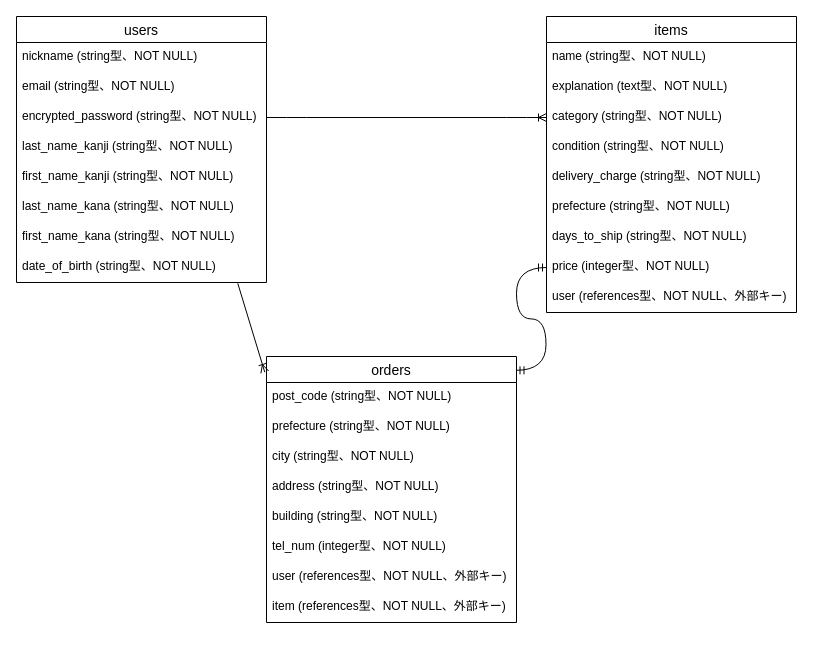
Before: furima.dio in KoDy-Kodemari/furima-38028, a draw.io diagram. Source tidied: cells renumbered, new cells numbered last; positions are measured from the earlier drawing's top-left corner, leaving out a move shared by most shapes. Both pictures are drawn from the tidied source at 100%, with x=0, y=0 at pixel (16, 16).
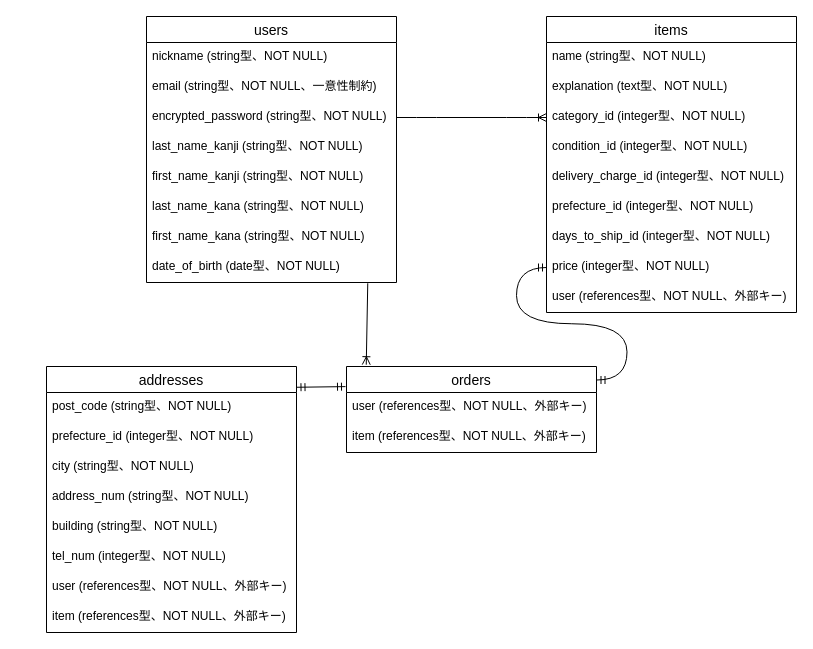
The same page after the edit.

The change refers to these unchanged cells:
```xml
<mxCell id="11" value="items" style="swimlane;fontStyle=0;horizontal=1;startSize=26;align=center;fontSize=14;" parent="1" vertex="1">
  <mxGeometry x="530" width="250" height="296" as="geometry" />
</mxCell>
```

Change to the diagram source:
```diff
@@
     <mxCell id="2" value="users" style="swimlane;fontStyle=0;horizontal=1;startSize=26;align=center;fontSize=14;" parent="1" vertex="1">
-      <mxGeometry width="250" height="266" as="geometry" />
+      <mxGeometry x="130" width="250" height="266" as="geometry" />
     </mxCell>
@@
-    <mxCell id="4" value="email (string型、NOT NULL)" style="text;strokeColor=none;fillColor=none;spacingLeft=4;spacingRight=4;overflow=hidden;fontSize=12;" parent="2" vertex="1">
+    <mxCell id="4" value="email (string型、NOT NULL、一意性制約)" style="text;strokeColor=none;fillColor=none;spacingLeft=4;spacingRight=4;overflow=hidden;fontSize=12;" parent="2" vertex="1">
       <mxGeometry y="56" width="250" height="30" as="geometry" />
     </mxCell>
@@
-    <mxCell id="10" value="date_of_birth (string型、NOT NULL)" style="text;strokeColor=none;fillColor=none;spacingLeft=4;spacingRight=4;overflow=hidden;points=[[0,0.5],[1,0.5]];portConstraint=eastwest;fontSize=12;" parent="2" vertex="1">
+    <mxCell id="10" value="date_of_birth (date型、NOT NULL)" style="text;strokeColor=none;fillColor=none;spacingLeft=4;spacingRight=4;overflow=hidden;points=[[0,0.5],[1,0.5]];portConstraint=eastwest;fontSize=12;" parent="2" vertex="1">
       <mxGeometry y="236" width="250" height="30" as="geometry" />
     </mxCell>
@@
-    <mxCell id="14" value="category (string型、NOT NULL)" style="text;strokeColor=none;fillColor=none;spacingLeft=4;spacingRight=4;overflow=hidden;points=[[0,0.5],[1,0.5]];portConstraint=eastwest;fontSize=12;" parent="11" vertex="1">
+    <mxCell id="14" value="category_id (integer型、NOT NULL)" style="text;strokeColor=none;fillColor=none;spacingLeft=4;spacingRight=4;overflow=hidden;points=[[0,0.5],[1,0.5]];portConstraint=eastwest;fontSize=12;" parent="11" vertex="1">
       <mxGeometry y="86" width="250" height="30" as="geometry" />
     </mxCell>
-    <mxCell id="15" value="condition (string型、NOT NULL)" style="text;strokeColor=none;fillColor=none;spacingLeft=4;spacingRight=4;overflow=hidden;fontSize=12;" parent="11" vertex="1">
+    <mxCell id="15" value="condition_id (integer型、NOT NULL)" style="text;strokeColor=none;fillColor=none;spacingLeft=4;spacingRight=4;overflow=hidden;fontSize=12;" parent="11" vertex="1">
       <mxGeometry y="116" width="250" height="30" as="geometry" />
     </mxCell>
-    <mxCell id="16" value="delivery_charge (string型、NOT NULL)" style="text;strokeColor=none;fillColor=none;spacingLeft=4;spacingRight=4;overflow=hidden;fontSize=12;" parent="11" vertex="1">
+    <mxCell id="16" value="delivery_charge_id (integer型、NOT NULL)" style="text;strokeColor=none;fillColor=none;spacingLeft=4;spacingRight=4;overflow=hidden;fontSize=12;" parent="11" vertex="1">
       <mxGeometry y="146" width="250" height="30" as="geometry" />
     </mxCell>
-    <mxCell id="17" value="prefecture (string型、NOT NULL)" style="text;strokeColor=none;fillColor=none;spacingLeft=4;spacingRight=4;overflow=hidden;fontSize=12;" parent="11" vertex="1">
+    <mxCell id="17" value="prefecture_id (integer型、NOT NULL)" style="text;strokeColor=none;fillColor=none;spacingLeft=4;spacingRight=4;overflow=hidden;fontSize=12;" parent="11" vertex="1">
       <mxGeometry y="176" width="250" height="30" as="geometry" />
     </mxCell>
-    <mxCell id="18" value="days_to_ship (string型、NOT NULL)" style="text;strokeColor=none;fillColor=none;spacingLeft=4;spacingRight=4;overflow=hidden;fontSize=12;" parent="11" vertex="1">
+    <mxCell id="18" value="days_to_ship_id (integer型、NOT NULL)" style="text;strokeColor=none;fillColor=none;spacingLeft=4;spacingRight=4;overflow=hidden;fontSize=12;" parent="11" vertex="1">
       <mxGeometry y="206" width="250" height="30" as="geometry" />
     </mxCell>
@@
-    <mxCell id="21" value="orders" style="swimlane;fontStyle=0;horizontal=1;startSize=26;align=center;fontSize=14;" parent="1" vertex="1">
-      <mxGeometry x="250" y="340" width="250" height="266" as="geometry" />
+    <mxCell id="21" value="addresses" style="swimlane;fontStyle=0;horizontal=1;startSize=26;align=center;fontSize=14;" parent="1" vertex="1">
+      <mxGeometry x="30" y="350" width="250" height="266" as="geometry" />
     </mxCell>
@@
-    <mxCell id="23" value="prefecture (string型、NOT NULL)" style="text;strokeColor=none;fillColor=none;spacingLeft=4;spacingRight=4;overflow=hidden;fontSize=12;" parent="21" vertex="1">
+    <mxCell id="23" value="prefecture_id (integer型、NOT NULL)" style="text;strokeColor=none;fillColor=none;spacingLeft=4;spacingRight=4;overflow=hidden;fontSize=12;" parent="21" vertex="1">
       <mxGeometry y="56" width="250" height="30" as="geometry" />
     </mxCell>
@@
-    <mxCell id="25" value="address (string型、NOT NULL)" style="text;strokeColor=none;fillColor=none;spacingLeft=4;spacingRight=4;overflow=hidden;fontSize=12;" parent="21" vertex="1">
+    <mxCell id="25" value="address_num (string型、NOT NULL)" style="text;strokeColor=none;fillColor=none;spacingLeft=4;spacingRight=4;overflow=hidden;fontSize=12;" parent="21" vertex="1">
       <mxGeometry y="116" width="250" height="30" as="geometry" />
     </mxCell>
@@
-    <mxCell id="31" style="fontSize=12;html=1;endArrow=ERoneToMany;exitX=0.885;exitY=1.025;exitDx=0;exitDy=0;entryX=-0.007;entryY=0.059;entryDx=0;entryDy=0;entryPerimeter=0;exitPerimeter=0;" parent="1" edge="1" source="10" target="21">
+    <mxCell id="31" style="fontSize=12;html=1;endArrow=ERoneToMany;exitX=0.885;exitY=1.025;exitDx=0;exitDy=0;entryX=0.079;entryY=-0.021;entryDx=0;entryDy=0;exitPerimeter=0;entryPerimeter=0;" parent="1" edge="1" source="10" target="33">
       <mxGeometry relative="1" as="geometry" />
     </mxCell>
-    <mxCell id="32" style="edgeStyle=entityRelationEdgeStyle;fontSize=12;html=1;endArrow=ERmandOne;startArrow=ERmandOne;curved=1;exitX=0.998;exitY=0.052;exitDx=0;exitDy=0;exitPerimeter=0;" parent="1" edge="1" source="21">
+    <mxCell id="32" style="edgeStyle=entityRelationEdgeStyle;fontSize=12;html=1;endArrow=ERmandOne;startArrow=ERmandOne;curved=1;exitX=1.002;exitY=0.157;exitDx=0;exitDy=0;exitPerimeter=0;" parent="1" edge="1" source="33">
       <mxGeometry relative="1" as="geometry">
         <mxPoint x="530" y="251" as="targetPoint" />
       </mxGeometry>
     </mxCell>
+    <mxCell id="33" value="orders" style="swimlane;fontStyle=0;horizontal=1;startSize=26;align=center;fontSize=14;" parent="1" vertex="1">
+      <mxGeometry x="330" y="350" width="250" height="86" as="geometry" />
+    </mxCell>
+    <mxCell id="34" value="user (references型、NOT NULL、外部キー)" style="text;strokeColor=none;fillColor=none;spacingLeft=4;spacingRight=4;overflow=hidden;fontSize=12;" parent="33" vertex="1">
+      <mxGeometry y="26" width="250" height="30" as="geometry" />
+    </mxCell>
+    <mxCell id="35" value="item (references型、NOT NULL、外部キー)" style="text;strokeColor=none;fillColor=none;spacingLeft=4;spacingRight=4;overflow=hidden;fontSize=12;" parent="33" vertex="1">
+      <mxGeometry y="56" width="250" height="30" as="geometry" />
+    </mxCell>
+    <mxCell id="36" style="fontSize=12;html=1;endArrow=ERmandOne;startArrow=ERmandOne;entryX=-0.004;entryY=0.234;entryDx=0;entryDy=0;entryPerimeter=0;exitX=1.002;exitY=0.078;exitDx=0;exitDy=0;exitPerimeter=0;" parent="1" edge="1" source="21" target="33">
+      <mxGeometry relative="1" as="geometry" />
+    </mxCell>
```
